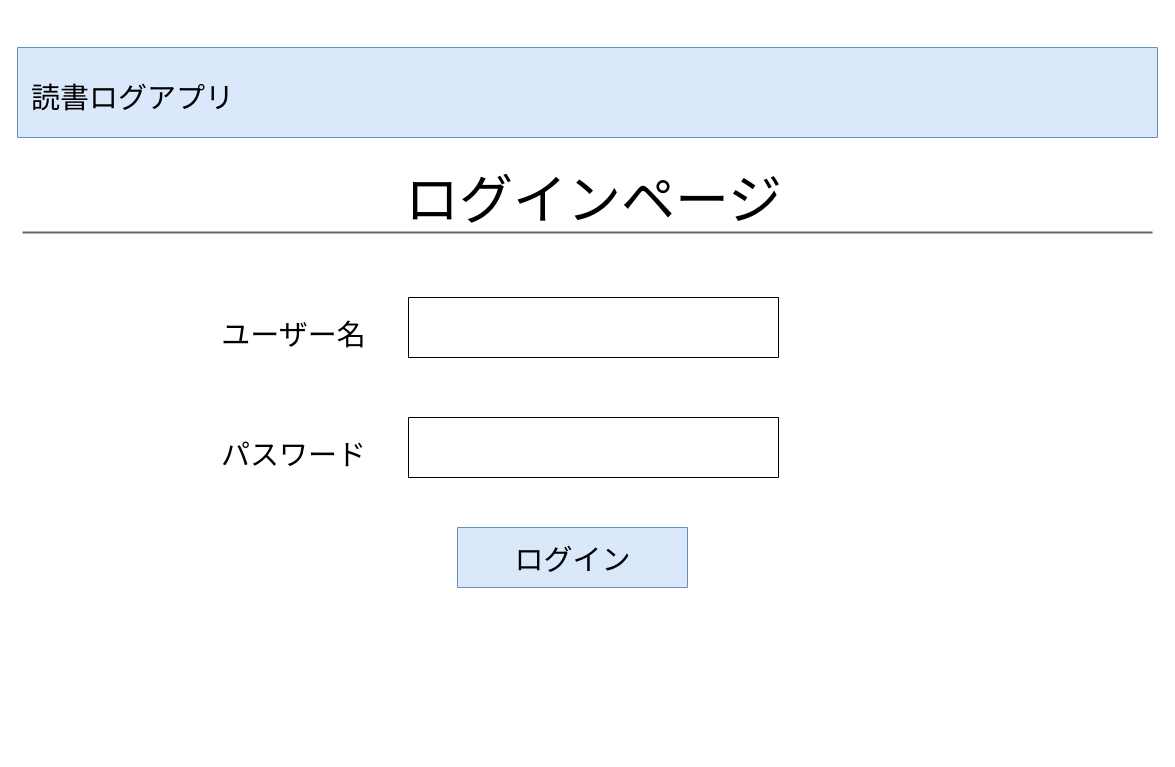
ono-Rom5-6/student-reading-log keeps this draw.io diagram as page "ページ2" (2 of 4) of ログインページ.drawio. Above is the earlier version. Source tidied: cells renumbered, new cells numbered last; positions are measured from the earlier drawing's top-left corner, leaving out a move shared by most shapes. Both pictures are drawn from the tidied source at 100%, with x=0, y=0 at pixel (17, 47).
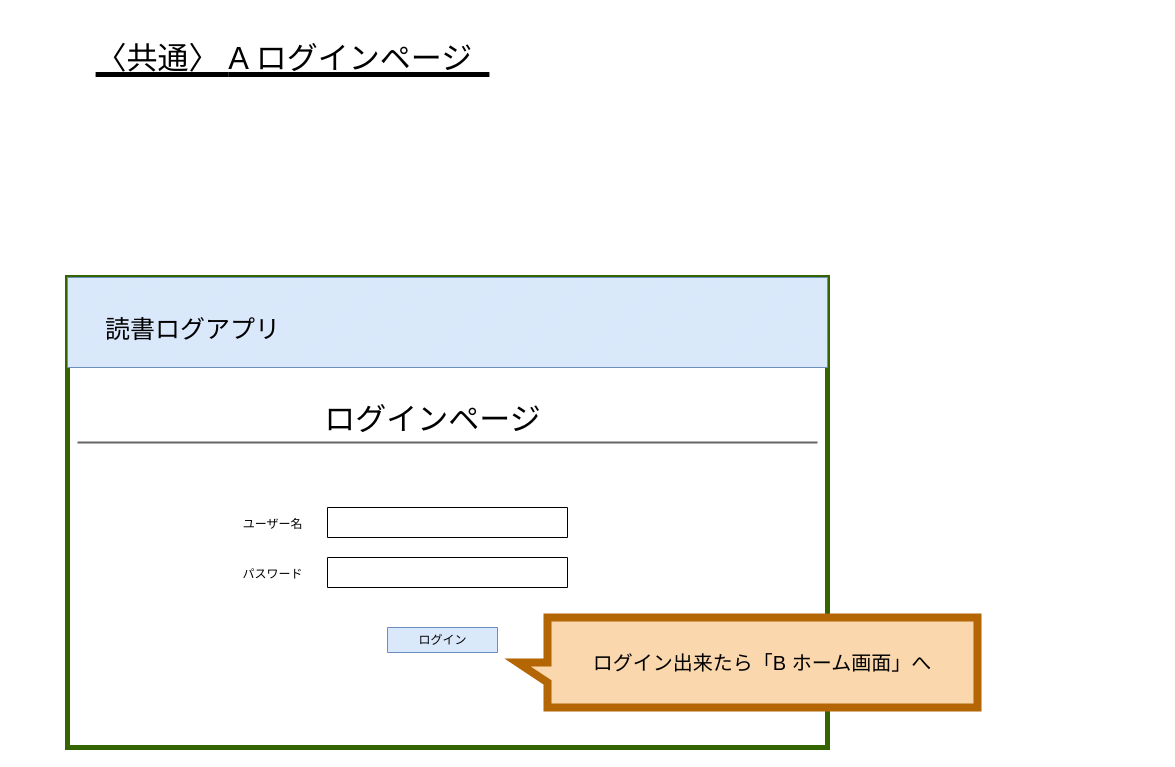
Above is the later version.

Commit message:
ログインページ.drawio を更新します

What changed in the source:
```diff
@@
 <mxGraphModel>
   <root>
     <mxCell id="0" />
     <mxCell id="1" parent="0" />
+    <mxCell id="12" style="rounded=0;whiteSpace=wrap;html=1;fillColor=none;strokeWidth=5;strokeColor=#336600;" parent="1" vertex="1">
+      <mxGeometry x="50" y="230" width="760" height="470" as="geometry" />
+    </mxCell>
     <mxCell id="2" value="&lt;h1&gt;&lt;br&gt;&lt;/h1&gt;" style="verticalLabelPosition=middle;verticalAlign=middle;html=1;shape=mxgraph.basic.patternFillRect;fillStyle=diag;step=5;fillStrokeWidth=0.2;fillStrokeColor=#dddddd;fillColor=#dae8fc;strokeColor=#6c8ebf;labelPosition=center;align=center;" parent="1" vertex="1">
-      <mxGeometry width="1140" height="90" as="geometry" />
+      <mxGeometry x="50" y="230" width="760" height="90" as="geometry" />
     </mxCell>
     <mxCell id="3" style="verticalLabelPosition=bottom;verticalAlign=top;html=1;shape=mxgraph.basic.rect;fillColor2=none;strokeWidth=1;size=20;indent=5;" parent="1" vertex="1">
-      <mxGeometry x="391" y="250" width="370" height="60" as="geometry" />
+      <mxGeometry x="310" y="460" width="240" height="30" as="geometry" />
     </mxCell>
-    <mxCell id="4" style="verticalLabelPosition=bottom;verticalAlign=top;html=1;shape=mxgraph.basic.rect;fillColor2=none;strokeWidth=1;size=20;indent=5;" parent="1" vertex="1">
-      <mxGeometry x="391" y="370" width="370" height="60" as="geometry" />
-    </mxCell>
     <mxCell id="5" style="verticalLabelPosition=bottom;verticalAlign=top;html=1;shape=mxgraph.basic.patternFillRect;fillStyle=vert;step=5;fillStrokeWidth=0.2;fillStrokeColor=#dddddd;fillColor=#dae8fc;strokeColor=#6c8ebf;" parent="1" vertex="1">
-      <mxGeometry x="440" y="480" width="230" height="60" as="geometry" />
+      <mxGeometry x="370" y="580" width="110" height="25" as="geometry" />
     </mxCell>
-    <mxCell id="6" value="&lt;font style=&quot;font-size: 29px;&quot;&gt;読書ログアプリ&lt;/font&gt;" style="verticalLabelPosition=middle;verticalAlign=middle;html=1;shape=mxgraph.basic.rect;fillColor2=none;strokeWidth=1;size=20;indent=5;labelPosition=center;align=center;fontSize=50;fillColor=none;strokeColor=none;" parent="1" vertex="1">
-      <mxGeometry width="230" height="85" as="geometry" />
+    <mxCell id="6" value="&lt;font style=&quot;font-size: 25px;&quot;&gt;読書ログアプリ&lt;/font&gt;" style="verticalLabelPosition=middle;verticalAlign=middle;html=1;shape=mxgraph.basic.rect;fillColor2=none;strokeWidth=1;size=20;indent=5;labelPosition=center;align=center;fontSize=50;fillColor=none;strokeColor=none;" parent="1" vertex="1">
+      <mxGeometry x="60" y="230" width="230" height="85" as="geometry" />
     </mxCell>
     <mxCell id="7" style="line;strokeWidth=2;html=1;fillColor=#f5f5f5;fontColor=#333333;strokeColor=#666666;labelPosition=center;verticalLabelPosition=middle;align=center;verticalAlign=middle;fontSize=30;" parent="1" vertex="1">
-      <mxGeometry x="5" y="130" width="1130" height="110" as="geometry" />
+      <mxGeometry x="60" y="340" width="740" height="110" as="geometry" />
     </mxCell>
-    <mxCell id="8" value="&lt;span style=&quot;font-size: 54px;&quot;&gt;ログインページ&lt;/span&gt;" style="verticalLabelPosition=middle;verticalAlign=middle;html=1;shape=mxgraph.basic.rect;fillColor2=none;strokeWidth=1;size=20;indent=5;labelPosition=center;align=center;fontSize=54;fillColor=none;strokeColor=none;" parent="1" vertex="1">
-      <mxGeometry x="461" y="110" width="230" height="85" as="geometry" />
+    <mxCell id="8" value="&lt;font style=&quot;font-size: 31px;&quot;&gt;ログインページ&lt;/font&gt;" style="verticalLabelPosition=middle;verticalAlign=middle;html=1;shape=mxgraph.basic.rect;fillColor2=none;strokeWidth=1;size=20;indent=5;labelPosition=center;align=center;fontSize=54;fillColor=none;strokeColor=none;" parent="1" vertex="1">
+      <mxGeometry x="350" y="321" width="130" height="85" as="geometry" />
     </mxCell>
-    <mxCell id="9" value="&lt;font style=&quot;font-size: 29px;&quot;&gt;ユーザー名&lt;/font&gt;" style="verticalLabelPosition=middle;verticalAlign=middle;html=1;shape=mxgraph.basic.rect;fillColor2=none;strokeWidth=1;size=20;indent=5;labelPosition=center;align=center;fontSize=50;fillColor=none;strokeColor=none;" parent="1" vertex="1">
-      <mxGeometry x="161" y="237.5" width="230" height="85" as="geometry" />
+    <mxCell id="9" value="&lt;font style=&quot;font-size: 12px;&quot;&gt;ユーザー名&lt;/font&gt;" style="verticalLabelPosition=middle;verticalAlign=middle;html=1;shape=mxgraph.basic.rect;fillColor2=none;strokeWidth=1;size=20;indent=5;labelPosition=center;align=center;fontSize=50;fillColor=none;strokeColor=none;" parent="1" vertex="1">
+      <mxGeometry x="140" y="420" width="230" height="85" as="geometry" />
     </mxCell>
-    <mxCell id="10" value="&lt;font style=&quot;font-size: 29px;&quot;&gt;パスワード&lt;/font&gt;" style="verticalLabelPosition=middle;verticalAlign=middle;html=1;shape=mxgraph.basic.rect;fillColor2=none;strokeWidth=1;size=20;indent=5;labelPosition=center;align=center;fontSize=50;fillColor=none;strokeColor=none;" parent="1" vertex="1">
-      <mxGeometry x="161" y="357.5" width="230" height="85" as="geometry" />
+    <mxCell id="10" value="&lt;font style=&quot;font-size: 12px;&quot;&gt;パスワード&lt;/font&gt;" style="verticalLabelPosition=middle;verticalAlign=middle;html=1;shape=mxgraph.basic.rect;fillColor2=none;strokeWidth=1;size=20;indent=5;labelPosition=center;align=center;fontSize=50;fillColor=none;strokeColor=none;" parent="1" vertex="1">
+      <mxGeometry x="140" y="470" width="230" height="85" as="geometry" />
     </mxCell>
-    <mxCell id="11" value="&lt;span style=&quot;font-size: 29px;&quot;&gt;ログイン&lt;/span&gt;" style="verticalLabelPosition=middle;verticalAlign=middle;html=1;shape=mxgraph.basic.rect;fillColor2=none;strokeWidth=1;size=20;indent=5;labelPosition=center;align=center;fontSize=50;fillColor=none;strokeColor=none;" parent="1" vertex="1">
-      <mxGeometry x="440" y="462.5" width="230" height="85" as="geometry" />
+    <mxCell id="11" value="&lt;font style=&quot;font-size: 12px;&quot;&gt;ログイン&lt;/font&gt;" style="verticalLabelPosition=middle;verticalAlign=middle;html=1;shape=mxgraph.basic.rect;fillColor2=none;strokeWidth=1;size=20;indent=5;labelPosition=center;align=center;fontSize=26;fillColor=none;strokeColor=none;" parent="1" vertex="1">
+      <mxGeometry x="380" y="545" width="90" height="85" as="geometry" />
     </mxCell>
+    <mxCell id="13" style="verticalLabelPosition=bottom;verticalAlign=top;html=1;shape=mxgraph.basic.rect;fillColor2=none;strokeWidth=1;size=20;indent=5;" parent="1" vertex="1">
+      <mxGeometry x="310" y="510" width="240" height="30" as="geometry" />
+    </mxCell>
+    <mxCell id="14" value="&lt;div&gt;&lt;span style=&quot;font-size: 31px;&quot;&gt;〈共通〉&amp;nbsp;&lt;/span&gt;&lt;span style=&quot;font-size: 31px; background-color: initial;&quot;&gt;A ログインページ&amp;nbsp;&amp;nbsp;&lt;/span&gt;&lt;/div&gt;" style="verticalLabelPosition=middle;verticalAlign=middle;html=1;shape=mxgraph.basic.rect;fillColor2=none;strokeWidth=1;size=20;indent=5;labelPosition=center;align=center;fontSize=54;fillColor=none;strokeColor=none;fontStyle=4;" parent="1" vertex="1">
+      <mxGeometry x="210" y="-30" width="130" height="65" as="geometry" />
+    </mxCell>
+    <mxCell id="15" value="&lt;font style=&quot;font-size: 20px;&quot;&gt;ログイン出来たら「&lt;/font&gt;&lt;span style=&quot;font-size: 20px; background-color: initial;&quot;&gt;B ホーム画面」へ&lt;/span&gt;" style="shape=callout;whiteSpace=wrap;html=1;perimeter=calloutPerimeter;direction=south;fillColor=#fad7ac;strokeColor=#b46504;strokeWidth=8;align=center;" parent="1" vertex="1">
+      <mxGeometry x="500" y="570" width="460" height="90" as="geometry" />
+    </mxCell>
   </root>
 </mxGraphModel>
```
